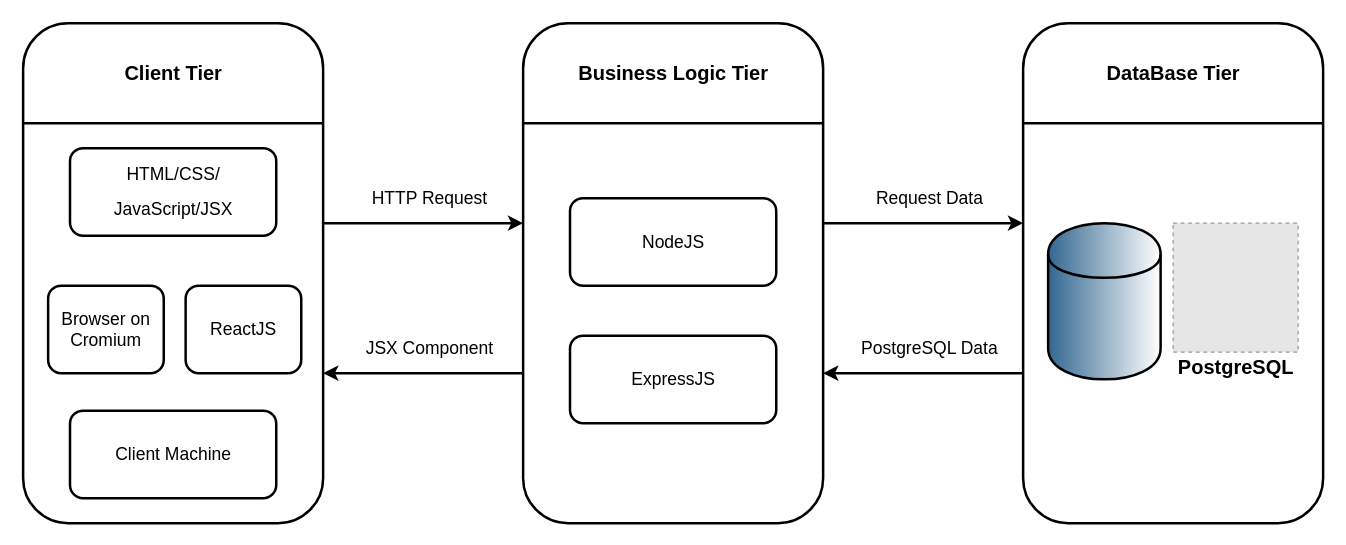
Above: Untitled Diagram.drawio in xreyaf/cinema-app (draw.io), before the change. Source tidied: cells renumbered, new cells numbered last; positions are measured from the earlier drawing's top-left corner, leaving out a move shared by most shapes. Both pictures are drawn from the tidied source at 125%, with x=0, y=0 at pixel (22, 22). Pictures stored in the file or linked from it are replaced by grey dashed boxes.
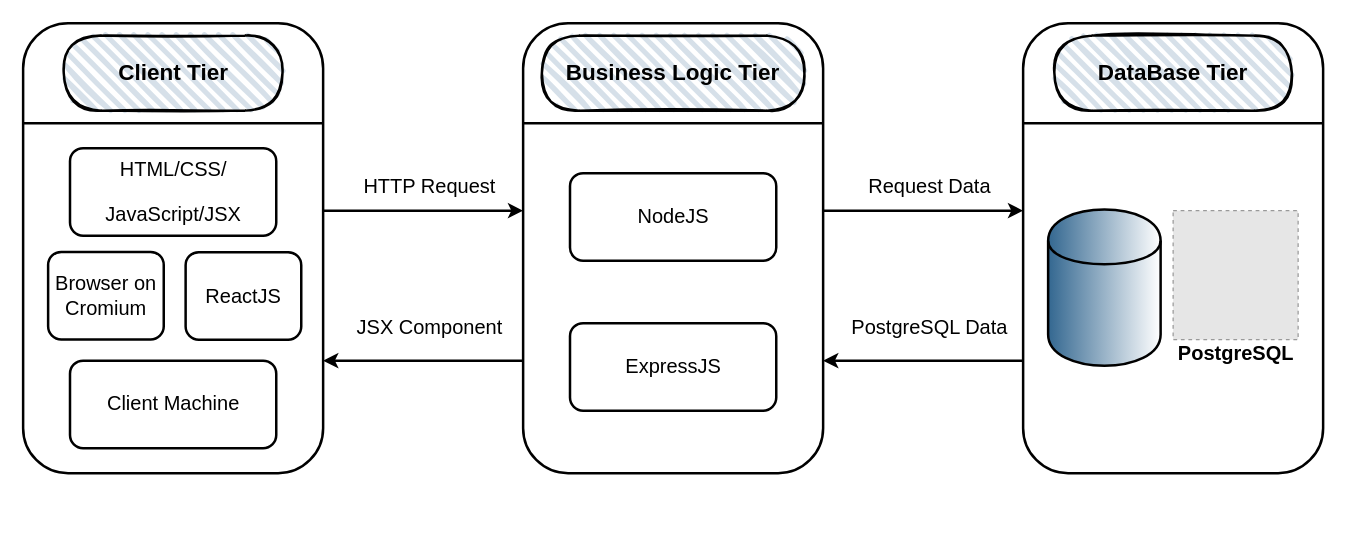
The same page after the edit.

Diff of the diagram source:
```diff
@@
     <mxCell id="2" style="rounded=1;whiteSpace=wrap;html=1;fillColor=none;strokeWidth=2;" parent="1" vertex="1">
-      <mxGeometry width="240" height="400" as="geometry" />
+      <mxGeometry width="240" height="360" as="geometry" />
     </mxCell>
     <mxCell id="3" style="rounded=1;whiteSpace=wrap;html=1;fillColor=none;strokeWidth=2;" parent="1" vertex="1">
-      <mxGeometry x="400" width="240" height="400" as="geometry" />
+      <mxGeometry x="400" width="240" height="360" as="geometry" />
     </mxCell>
     <mxCell id="4" style="rounded=1;whiteSpace=wrap;html=1;fillColor=none;strokeWidth=2;" parent="1" vertex="1">
-      <mxGeometry x="800" width="240" height="400" as="geometry" />
+      <mxGeometry x="800" width="240" height="360" as="geometry" />
     </mxCell>
@@
     <mxCell id="8" style="endArrow=classic;html=1;strokeWidth=2;" parent="1" edge="1">
       <mxGeometry relative="1" as="geometry">
-        <mxPoint x="240" y="160" as="sourcePoint" />
-        <mxPoint x="400" y="160" as="targetPoint" />
+        <mxPoint x="240" y="150" as="sourcePoint" />
+        <mxPoint x="400" y="150" as="targetPoint" />
       </mxGeometry>
     </mxCell>
     <mxCell id="9" style="endArrow=classic;html=1;strokeWidth=2;" parent="1" edge="1">
       <mxGeometry relative="1" as="geometry">
-        <mxPoint x="640" y="160" as="sourcePoint" />
-        <mxPoint x="800" y="160" as="targetPoint" />
+        <mxPoint x="640" y="150" as="sourcePoint" />
+        <mxPoint x="800" y="150" as="targetPoint" />
       </mxGeometry>
     </mxCell>
     <mxCell id="10" style="endArrow=classic;html=1;strokeWidth=2;" parent="1" edge="1">
       <mxGeometry relative="1" as="geometry">
-        <mxPoint x="400" y="280" as="sourcePoint" />
-        <mxPoint x="240" y="280" as="targetPoint" />
+        <mxPoint x="400" y="270" as="sourcePoint" />
+        <mxPoint x="240" y="270" as="targetPoint" />
       </mxGeometry>
     </mxCell>
     <mxCell id="11" style="endArrow=classic;html=1;strokeWidth=2;" parent="1" edge="1">
       <mxGeometry relative="1" as="geometry">
-        <mxPoint x="800" y="280" as="sourcePoint" />
-        <mxPoint x="640" y="280" as="targetPoint" />
+        <mxPoint x="800" y="270" as="sourcePoint" />
+        <mxPoint x="640" y="270" as="targetPoint" />
       </mxGeometry>
     </mxCell>
-    <mxCell id="12" value="&lt;p style=&quot;line-height: 120%&quot;&gt;&lt;font style=&quot;font-size: 14px&quot;&gt;HTML/CSS/&lt;/font&gt;&lt;/p&gt;&lt;p style=&quot;line-height: 120%&quot;&gt;&lt;font style=&quot;font-size: 14px&quot;&gt;JavaScript/JSX&lt;/font&gt;&lt;/p&gt;" style="rounded=1;whiteSpace=wrap;html=1;strokeWidth=2;fillColor=none;comic=0;absoluteArcSize=0;noLabel=0;" parent="1" vertex="1">
+    <mxCell id="12" value="&lt;p style=&quot;line-height: 120% ; font-size: 16px&quot;&gt;&lt;font style=&quot;font-size: 16px&quot;&gt;HTML/CSS/&lt;/font&gt;&lt;/p&gt;&lt;p style=&quot;line-height: 120% ; font-size: 16px&quot;&gt;&lt;font style=&quot;font-size: 16px&quot;&gt;JavaScript/JSX&lt;/font&gt;&lt;/p&gt;" style="rounded=1;whiteSpace=wrap;html=1;strokeWidth=2;fillColor=none;comic=0;absoluteArcSize=0;noLabel=0;" parent="1" vertex="1">
       <mxGeometry x="37.5" y="100" width="165" height="70" as="geometry" />
     </mxCell>
-    <mxCell id="13" value="&lt;font style=&quot;font-size: 14px&quot;&gt;Browser on Cromium&lt;/font&gt;" style="rounded=1;whiteSpace=wrap;html=1;comic=0;strokeWidth=2;fillColor=none;" parent="1" vertex="1">
-      <mxGeometry x="20" y="210" width="92.5" height="70" as="geometry" />
+    <mxCell id="13" value="&lt;font style=&quot;font-size: 16px&quot;&gt;Browser on Cromium&lt;/font&gt;" style="rounded=1;whiteSpace=wrap;html=1;comic=0;strokeWidth=2;fillColor=none;" parent="1" vertex="1">
+      <mxGeometry x="20" y="183" width="92.5" height="70" as="geometry" />
     </mxCell>
-    <mxCell id="14" value="&lt;font style=&quot;font-size: 14px&quot;&gt;ReactJS&lt;/font&gt;" style="rounded=1;whiteSpace=wrap;html=1;comic=0;strokeWidth=2;fillColor=none;" parent="1" vertex="1">
-      <mxGeometry x="130" y="210" width="92.5" height="70" as="geometry" />
+    <mxCell id="14" value="&lt;font style=&quot;font-size: 16px&quot;&gt;ReactJS&lt;/font&gt;" style="rounded=1;whiteSpace=wrap;html=1;comic=0;strokeWidth=2;fillColor=none;" parent="1" vertex="1">
+      <mxGeometry x="130" y="183.2" width="92.5" height="70" as="geometry" />
     </mxCell>
-    <mxCell id="15" value="&lt;p style=&quot;line-height: 120%&quot;&gt;&lt;span style=&quot;font-size: 14px&quot;&gt;Client Machine&lt;/span&gt;&lt;/p&gt;" style="rounded=1;whiteSpace=wrap;html=1;strokeWidth=2;fillColor=none;comic=0;absoluteArcSize=0;noLabel=0;" parent="1" vertex="1">
-      <mxGeometry x="37.5" y="310" width="165" height="70" as="geometry" />
+    <mxCell id="15" value="&lt;p style=&quot;line-height: 120%&quot;&gt;&lt;font style=&quot;font-size: 16px&quot;&gt;Client Machine&lt;/font&gt;&lt;/p&gt;" style="rounded=1;whiteSpace=wrap;html=1;strokeWidth=2;fillColor=none;comic=0;absoluteArcSize=0;noLabel=0;" parent="1" vertex="1">
+      <mxGeometry x="37.5" y="270" width="165" height="70" as="geometry" />
     </mxCell>
-    <mxCell id="16" value="&lt;font size=&quot;1&quot;&gt;&lt;b style=&quot;font-size: 16px&quot;&gt;Client Tier&lt;/b&gt;&lt;/font&gt;" style="text;html=1;align=center;verticalAlign=middle;" parent="1" vertex="1">
-      <mxGeometry x="75" y="30" width="90" height="20" as="geometry" />
-    </mxCell>
-    <mxCell id="17" value="&lt;font size=&quot;1&quot;&gt;&lt;b style=&quot;font-size: 16px&quot;&gt;Business Logic Tier&lt;/b&gt;&lt;/font&gt;" style="text;html=1;align=center;verticalAlign=middle;" parent="1" vertex="1">
-      <mxGeometry x="435" y="30" width="170" height="20" as="geometry" />
-    </mxCell>
-    <mxCell id="18" value="&lt;font size=&quot;1&quot;&gt;&lt;b style=&quot;font-size: 16px&quot;&gt;DataBase Tier&lt;/b&gt;&lt;/font&gt;" style="text;html=1;align=center;verticalAlign=middle;" parent="1" vertex="1">
-      <mxGeometry x="860" y="30" width="120" height="20" as="geometry" />
-    </mxCell>
-    <mxCell id="19" value="&lt;font style=&quot;font-size: 14px&quot;&gt;HTTP Request&lt;/font&gt;" style="text;html=1;align=center;verticalAlign=middle;" parent="1" vertex="1">
-      <mxGeometry x="270" y="130" width="110" height="20" as="geometry" />
+    <mxCell id="19" value="&lt;font style=&quot;font-size: 16px&quot;&gt;HTTP Request&lt;/font&gt;" style="text;html=1;align=center;verticalAlign=middle;" parent="1" vertex="1">
+      <mxGeometry x="265" y="120" width="120" height="20" as="geometry" />
     </mxCell>
-    <mxCell id="20" value="&lt;span style=&quot;font-size: 14px&quot;&gt;JSX Component&lt;/span&gt;" style="text;html=1;align=center;verticalAlign=middle;" parent="1" vertex="1">
-      <mxGeometry x="265" y="250" width="120" height="20" as="geometry" />
+    <mxCell id="20" value="&lt;font style=&quot;font-size: 16px&quot;&gt;JSX Component&lt;/font&gt;" style="text;html=1;align=center;verticalAlign=middle;" parent="1" vertex="1">
+      <mxGeometry x="260" y="233" width="130" height="20" as="geometry" />
     </mxCell>
-    <mxCell id="21" value="&lt;font style=&quot;font-size: 14px&quot;&gt;Request Data&lt;/font&gt;" style="text;html=1;align=center;verticalAlign=middle;" parent="1" vertex="1">
-      <mxGeometry x="675" y="130" width="100" height="20" as="geometry" />
+    <mxCell id="21" value="&lt;font style=&quot;font-size: 16px&quot;&gt;Request Data&lt;/font&gt;" style="text;html=1;align=center;verticalAlign=middle;" parent="1" vertex="1">
+      <mxGeometry x="670" y="120" width="110" height="20" as="geometry" />
     </mxCell>
-    <mxCell id="22" value="&lt;font style=&quot;font-size: 14px&quot;&gt;PostgreSQL Data&lt;/font&gt;" style="text;html=1;align=center;verticalAlign=middle;" parent="1" vertex="1">
-      <mxGeometry x="665" y="250" width="120" height="20" as="geometry" />
+    <mxCell id="22" value="&lt;font style=&quot;font-size: 16px&quot;&gt;PostgreSQL Data&lt;/font&gt;" style="text;html=1;align=center;verticalAlign=middle;" parent="1" vertex="1">
+      <mxGeometry x="655" y="233" width="140" height="20" as="geometry" />
     </mxCell>
-    <mxCell id="23" value="&lt;p style=&quot;line-height: 120%&quot;&gt;&lt;span style=&quot;font-size: 14px&quot;&gt;NodeJS&lt;/span&gt;&lt;/p&gt;" style="rounded=1;whiteSpace=wrap;html=1;strokeWidth=2;fillColor=none;comic=0;absoluteArcSize=0;noLabel=0;" parent="1" vertex="1">
-      <mxGeometry x="437.5" y="140" width="165" height="70" as="geometry" />
+    <mxCell id="23" value="&lt;p style=&quot;line-height: 120%&quot;&gt;&lt;font style=&quot;font-size: 16px&quot;&gt;NodeJS&lt;/font&gt;&lt;/p&gt;" style="rounded=1;whiteSpace=wrap;html=1;strokeWidth=2;fillColor=none;comic=0;absoluteArcSize=0;noLabel=0;" parent="1" vertex="1">
+      <mxGeometry x="437.5" y="120" width="165" height="70" as="geometry" />
     </mxCell>
-    <mxCell id="24" value="&lt;p style=&quot;line-height: 120%&quot;&gt;&lt;span style=&quot;font-size: 14px&quot;&gt;ExpressJS&lt;/span&gt;&lt;/p&gt;" style="rounded=1;whiteSpace=wrap;html=1;strokeWidth=2;fillColor=none;comic=0;absoluteArcSize=0;noLabel=0;" parent="1" vertex="1">
-      <mxGeometry x="437.5" y="250" width="165" height="70" as="geometry" />
+    <mxCell id="24" value="&lt;p style=&quot;line-height: 120%&quot;&gt;&lt;font style=&quot;font-size: 16px&quot;&gt;ExpressJS&lt;/font&gt;&lt;/p&gt;" style="rounded=1;whiteSpace=wrap;html=1;strokeWidth=2;fillColor=none;comic=0;absoluteArcSize=0;noLabel=0;" parent="1" vertex="1">
+      <mxGeometry x="437.5" y="240" width="165" height="70" as="geometry" />
     </mxCell>
     <mxCell id="25" style="fillColor=#E6E6E6;strokeColor=#999999;dashed=1;verticalLabelPosition=bottom;labelBackgroundColor=#ffffff;verticalAlign=top;" parent="1" vertex="1">
-      <mxGeometry x="920" y="160" width="100" height="103.2" as="geometry" />
+      <mxGeometry x="920" y="150" width="100" height="103.2" as="geometry" />
     </mxCell>
     <mxCell id="26" style="shape=cylinder;whiteSpace=wrap;html=1;boundedLbl=1;backgroundOutline=1;comic=0;strokeWidth=2;fillColor=#336790;gradientColor=#ffffff;gradientDirection=east;" parent="1" vertex="1">
-      <mxGeometry x="820" y="160" width="90" height="125" as="geometry" />
+      <mxGeometry x="820" y="149.1" width="90" height="125" as="geometry" />
     </mxCell>
     <mxCell id="27" value="&lt;font style=&quot;font-size: 16px&quot;&gt;&lt;b&gt;PostgreSQL&lt;/b&gt;&lt;/font&gt;" style="text;html=1;align=center;verticalAlign=middle;strokeWidth=1;fontSize=15;" parent="1" vertex="1">
-      <mxGeometry x="915" y="265" width="110" height="20" as="geometry" />
+      <mxGeometry x="915" y="254.1" width="110" height="20" as="geometry" />
     </mxCell>
+    <mxCell id="16" value="&lt;b&gt;&lt;font style=&quot;font-size: 18px&quot;&gt;Client Tier&lt;/font&gt;&lt;/b&gt;" style="rounded=1;whiteSpace=wrap;html=1;strokeWidth=2;fillWeight=4;hachureGap=8;hachureAngle=45;sketch=1;shadow=0;glass=0;comic=0;fontSize=16;arcSize=50;fillOpacity=20;fillColor=#336790;" parent="1" vertex="1">
+      <mxGeometry x="32.5" y="10" width="175" height="60" as="geometry" />
+    </mxCell>
+    <mxCell id="17" value="&lt;b&gt;&lt;font style=&quot;font-size: 18px&quot;&gt;Business Logic Tier&lt;/font&gt;&lt;/b&gt;" style="rounded=1;whiteSpace=wrap;html=1;strokeWidth=2;fillWeight=4;hachureGap=8;hachureAngle=45;sketch=1;shadow=0;glass=0;comic=0;fontSize=16;arcSize=50;fillOpacity=20;fillColor=#336790;" parent="1" vertex="1">
+      <mxGeometry x="415" y="10" width="210" height="60" as="geometry" />
+    </mxCell>
+    <mxCell id="18" value="&lt;b&gt;&lt;font style=&quot;font-size: 18px&quot;&gt;DataBase Tier&lt;/font&gt;&lt;/b&gt;" style="rounded=1;whiteSpace=wrap;html=1;strokeWidth=2;fillWeight=4;hachureGap=8;hachureAngle=45;sketch=1;shadow=0;glass=0;comic=0;fontSize=16;arcSize=50;fillOpacity=20;fillColor=#336790;" parent="1" vertex="1">
+      <mxGeometry x="825" y="10" width="190" height="60" as="geometry" />
+    </mxCell>
```
